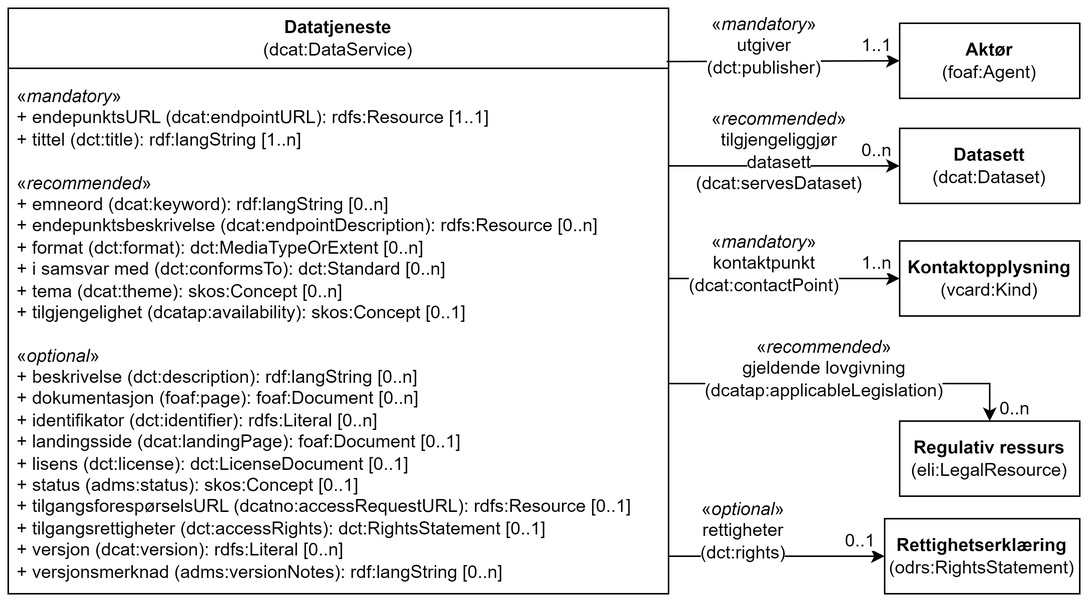
Before: docs/images/Klassen-Datatjeneste.png, a diagram exported from draw.io (Informasjonsforvaltning/dcat-ap-no). Source tidied: cells renumbered, new cells last; positions are measured from the earlier drawing's top-left corner, leaving out a move shared by most shapes.
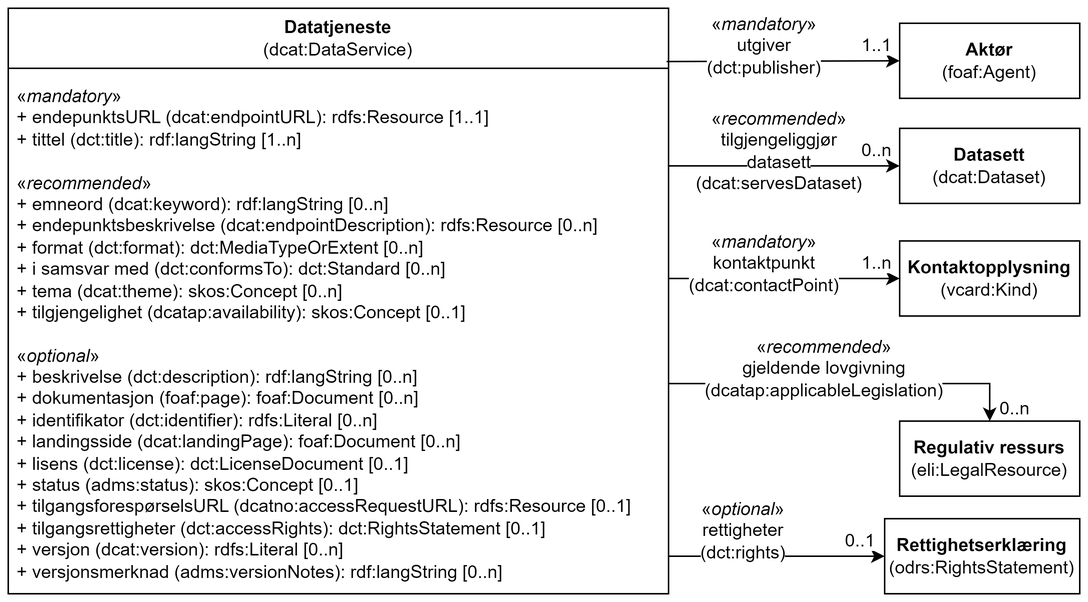
Later version of the same file.

What changed in the source:
```diff
@@ -5,7 +5,7 @@
     <mxCell id="2" value="Datatjeneste&lt;br&gt;&lt;span style=&quot;font-weight: normal;&quot;&gt;(dcat:DataService)&lt;/span&gt;" style="swimlane;whiteSpace=wrap;html=1;startSize=40;" parent="1" vertex="1">
       <mxGeometry width="440" height="390" as="geometry" />
     </mxCell>
-    <mxCell id="3" value="«&lt;i style=&quot;&quot;&gt;mandatory&lt;/i&gt;»&lt;br&gt;&lt;div&gt;+ endepunktsURL (dcat:endpointURL): rdfs:Resource [1..1]&lt;/div&gt;&lt;div&gt;+ tittel (dct:title): rdf:langString [1..n]&lt;br&gt;&lt;/div&gt;&lt;div&gt;&lt;br&gt;&lt;/div&gt;&lt;div&gt;&lt;div style=&quot;border-color: var(--border-color);&quot;&gt;«&lt;i style=&quot;border-color: var(--border-color);&quot;&gt;recommended&lt;/i&gt;»&lt;/div&gt;&lt;div style=&quot;border-color: var(--border-color);&quot;&gt;+ emneord (dcat:keyword):&amp;nbsp;rdf:langString&amp;nbsp;[0..n]&lt;br&gt;&lt;/div&gt;&lt;div style=&quot;border-color: var(--border-color);&quot;&gt;+ endepunktsbeskrivelse (dcat:endpointDescription): rdfs:Resource [0..n]&lt;/div&gt;&lt;div style=&quot;border-color: var(--border-color);&quot;&gt;+ format (dct:format): dct:MediaTypeOrExtent [0..n]&lt;/div&gt;&lt;div style=&quot;border-color: var(--border-color);&quot;&gt;+ i samsvar med (dct:conformsTo): dct:Standard [0..n]&lt;br&gt;&lt;/div&gt;&lt;/div&gt;&lt;div style=&quot;border-color: var(--border-color);&quot;&gt;+ tema (dcat:theme): skos:Concept [0..n]&lt;br&gt;&lt;/div&gt;&lt;div style=&quot;border-color: var(--border-color);&quot;&gt;+ tilgjengelighet (dcatap:availability): skos:Concept [0..1]&lt;br&gt;&lt;/div&gt;&lt;div style=&quot;border-color: var(--border-color);&quot;&gt;&lt;br&gt;&lt;/div&gt;&lt;div style=&quot;border-color: var(--border-color);&quot;&gt;&lt;div style=&quot;border-color: var(--border-color);&quot;&gt;«&lt;i style=&quot;border-color: var(--border-color);&quot;&gt;optional&lt;/i&gt;»&lt;/div&gt;&lt;div style=&quot;border-color: var(--border-color);&quot;&gt;+ beskrivelse (dct:description):&amp;nbsp;rdf:langString&amp;nbsp;[0..n]&lt;/div&gt;&lt;div style=&quot;border-color: var(--border-color);&quot;&gt;+&amp;nbsp;&lt;span style=&quot;border-color: var(--border-color);&quot;&gt;dokumentasjon (foaf:page): foaf:Document [0..n]&lt;/span&gt;&lt;br&gt;&lt;/div&gt;&lt;div&gt;+ identifikator (dct:identifier): rdfs:Literal [0..n]&lt;/div&gt;&lt;div style=&quot;border-color: var(--border-color);&quot;&gt;+ landingsside (dcat:landingPage): foaf:Document [0..1]&lt;br&gt;&lt;/div&gt;&lt;div style=&quot;border-color: var(--border-color);&quot;&gt;+ lisens (dct:license): dct:LicenseDocument [0..1]&lt;/div&gt;&lt;div style=&quot;border-color: var(--border-color);&quot;&gt;+ status (adms:status): skos:Concept [0..1]&lt;/div&gt;+&amp;nbsp;tilgangsforespørselsURL (dcatno:accessRequestURL): rdfs:Resource [0..1]&lt;br&gt;&lt;div style=&quot;border-color: var(--border-color);&quot;&gt;+ tilgangsrettigheter (dct:accessRights): dct:RightsStatement [0..1]&lt;/div&gt;&lt;div style=&quot;border-color: var(--border-color);&quot;&gt;+ versjon (dcat:version): rdfs:Literal [0..n]&lt;br style=&quot;border-color: var(--border-color);&quot;&gt;+ versjonsmerknad (adms:versionNotes):&amp;nbsp;rdf:langString&amp;nbsp;[0..n]&lt;br&gt;&lt;/div&gt;&lt;/div&gt;" style="text;strokeColor=none;fillColor=none;align=left;verticalAlign=top;spacingLeft=4;spacingRight=4;overflow=hidden;whiteSpace=wrap;html=1;fontStyle=0;" parent="2" vertex="1">
+    <mxCell id="3" value="«&lt;i style=&quot;&quot;&gt;mandatory&lt;/i&gt;»&lt;br&gt;&lt;div&gt;+ endepunktsURL (dcat:endpointURL): rdfs:Resource [1..1]&lt;/div&gt;&lt;div&gt;+ tittel (dct:title): rdf:langString [1..n]&lt;br&gt;&lt;/div&gt;&lt;div&gt;&lt;br&gt;&lt;/div&gt;&lt;div&gt;&lt;div style=&quot;border-color: var(--border-color);&quot;&gt;«&lt;i style=&quot;border-color: var(--border-color);&quot;&gt;recommended&lt;/i&gt;»&lt;/div&gt;&lt;div style=&quot;border-color: var(--border-color);&quot;&gt;+ emneord (dcat:keyword):&amp;nbsp;rdf:langString&amp;nbsp;[0..n]&lt;br&gt;&lt;/div&gt;&lt;div style=&quot;border-color: var(--border-color);&quot;&gt;+ endepunktsbeskrivelse (dcat:endpointDescription): rdfs:Resource [0..n]&lt;/div&gt;&lt;div style=&quot;border-color: var(--border-color);&quot;&gt;+ format (dct:format): dct:MediaTypeOrExtent [0..n]&lt;/div&gt;&lt;div style=&quot;border-color: var(--border-color);&quot;&gt;+ i samsvar med (dct:conformsTo): dct:Standard [0..n]&lt;br&gt;&lt;/div&gt;&lt;/div&gt;&lt;div style=&quot;border-color: var(--border-color);&quot;&gt;+ tema (dcat:theme): skos:Concept [0..n]&lt;br&gt;&lt;/div&gt;&lt;div style=&quot;border-color: var(--border-color);&quot;&gt;+ tilgjengelighet (dcatap:availability): skos:Concept [0..1]&lt;br&gt;&lt;/div&gt;&lt;div style=&quot;border-color: var(--border-color);&quot;&gt;&lt;br&gt;&lt;/div&gt;&lt;div style=&quot;border-color: var(--border-color);&quot;&gt;&lt;div style=&quot;border-color: var(--border-color);&quot;&gt;«&lt;i style=&quot;border-color: var(--border-color);&quot;&gt;optional&lt;/i&gt;»&lt;/div&gt;&lt;div style=&quot;border-color: var(--border-color);&quot;&gt;+ beskrivelse (dct:description):&amp;nbsp;rdf:langString&amp;nbsp;[0..n]&lt;/div&gt;&lt;div style=&quot;border-color: var(--border-color);&quot;&gt;+&amp;nbsp;&lt;span style=&quot;border-color: var(--border-color);&quot;&gt;dokumentasjon (foaf:page): foaf:Document [0..n]&lt;/span&gt;&lt;br&gt;&lt;/div&gt;&lt;div&gt;+ identifikator (dct:identifier): rdfs:Literal [0..n]&lt;/div&gt;&lt;div style=&quot;border-color: var(--border-color);&quot;&gt;+ landingsside (dcat:landingPage): foaf:Document [0..n]&lt;br&gt;&lt;/div&gt;&lt;div style=&quot;border-color: var(--border-color);&quot;&gt;+ lisens (dct:license): dct:LicenseDocument [0..1]&lt;/div&gt;&lt;div style=&quot;border-color: var(--border-color);&quot;&gt;+ status (adms:status): skos:Concept [0..1]&lt;/div&gt;+&amp;nbsp;tilgangsforespørselsURL (dcatno:accessRequestURL): rdfs:Resource [0..1]&lt;br&gt;&lt;div style=&quot;border-color: var(--border-color);&quot;&gt;+ tilgangsrettigheter (dct:accessRights): dct:RightsStatement [0..1]&lt;/div&gt;&lt;div style=&quot;border-color: var(--border-color);&quot;&gt;+ versjon (dcat:version): rdfs:Literal [0..n]&lt;br style=&quot;border-color: var(--border-color);&quot;&gt;+ versjonsmerknad (adms:versionNotes):&amp;nbsp;rdf:langString&amp;nbsp;[0..n]&lt;br&gt;&lt;/div&gt;&lt;/div&gt;" style="text;strokeColor=none;fillColor=none;align=left;verticalAlign=top;spacingLeft=4;spacingRight=4;overflow=hidden;whiteSpace=wrap;html=1;fontStyle=0;" parent="2" vertex="1">
       <mxGeometry y="45" width="430" height="335" as="geometry" />
     </mxCell>
     <mxCell id="4" value="&lt;b&gt;Aktør&lt;br&gt;&lt;/b&gt;(foaf:Agent)" style="rounded=0;whiteSpace=wrap;html=1;" parent="1" vertex="1">
```
